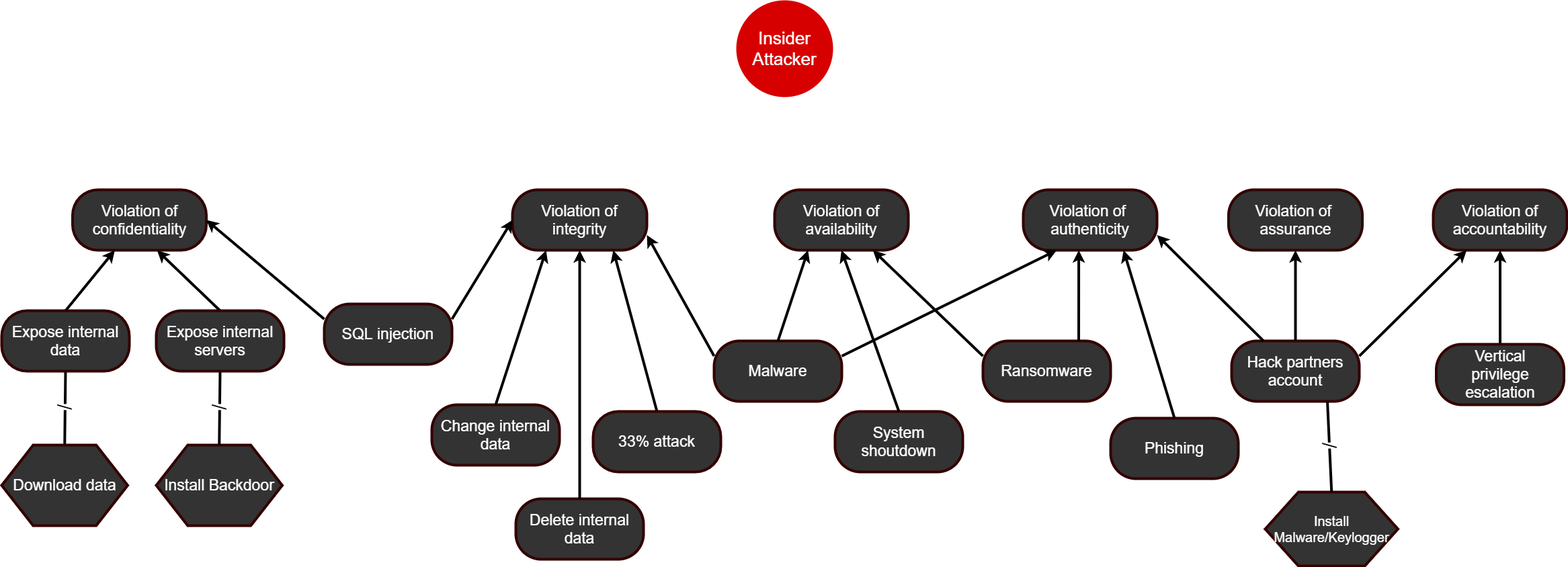
Above: png/Insider attack trees.png in marzdeveloper/SoftwareCybersecurity (draw.io), before the change. Source tidied: cells renumbered, new cells last; positions are measured from the earlier drawing's top-left corner, leaving out a move shared by most shapes.
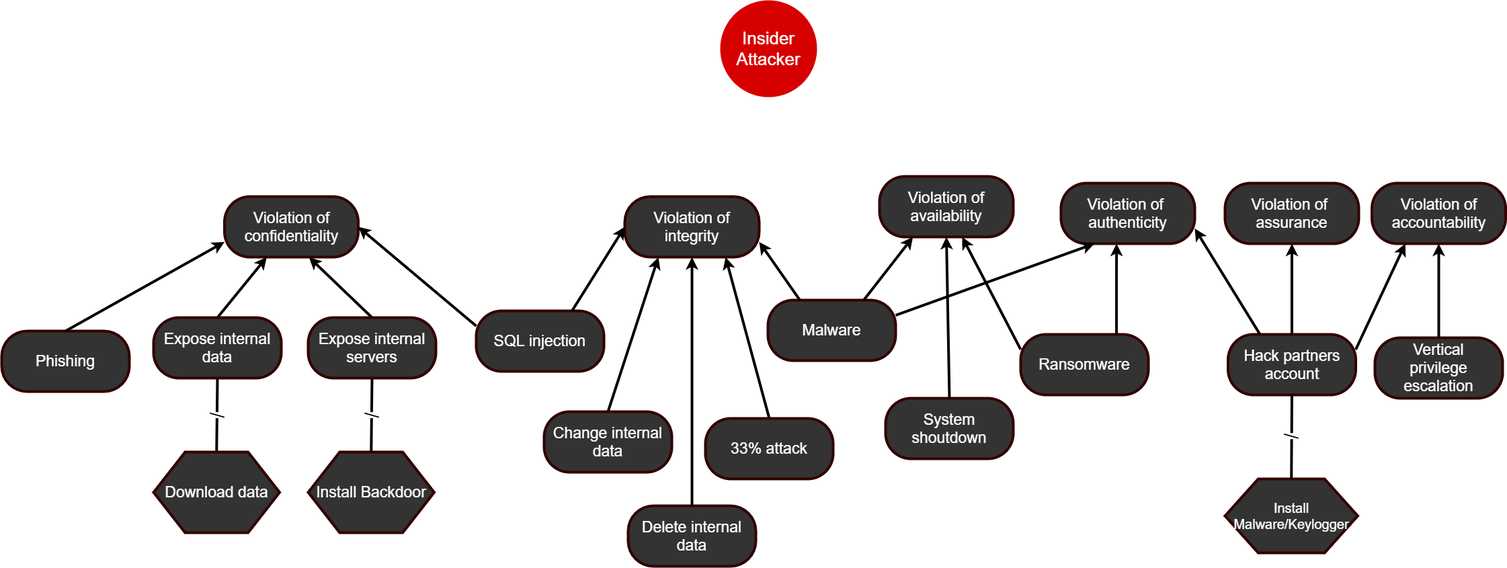
After the change.

What changed in the source:
```diff
@@ -6,16 +6,16 @@
       <mxGeometry x="1095" width="140" height="140" as="geometry" />
     </mxCell>
     <mxCell id="3" value="&lt;font color=&quot;#ffffff&quot; style=&quot;font-size: 23px&quot;&gt;Violation of confidentiality&lt;/font&gt;&lt;span style=&quot;font-family: monospace ; font-size: 0px&quot;&gt;3CmxGraphModel%3E%3Croot%3E%3CmxCell%20id%3D%220%22%2F%3E%3CmxCell%20id%3D%221%22%20parent%3D%220%22%2F%3E%3CmxCell%20id%3D%222%22%20value%3D%22%26lt%3Bfont%20color%3D%26quot%3B%23ffffff%26quot%3B%20style%3D%26quot%3Bfont-size%3A%2023px%26quot%3B%26gt%3BViolation%20of%20availability%26lt%3B%2Ffont%26gt%3B%22%20style%3D%22rounded%3D1%3BwhiteSpace%3Dwrap%3Bhtml%3D1%3BstrokeColor%3D%23330000%3BstrokeWidth%3D4%3BfillColor%3D%23333333%3BgradientColor%3Dnone%3BarcSize%3D42%3B%22%20vertex%3D%221%22%20parent%3D%221%22%3E%3CmxGeometry%20x%3D%22530%22%20y%3D%22260%22%20width%3D%22199%22%20height%3D%2290%22%20as%3D%22geometry%22%2F%3E%3C%2FmxCell%3E%3C%2Froot%3E%3C%2FmxGraphModel%3E&lt;/span&gt;" style="rounded=1;whiteSpace=wrap;html=1;strokeColor=#330000;strokeWidth=4;fillColor=#333333;gradientColor=none;arcSize=42;" parent="1" vertex="1">
-      <mxGeometry x="105.5" y="280" width="199" height="90" as="geometry" />
+      <mxGeometry x="355.5" y="290" width="199" height="90" as="geometry" />
     </mxCell>
     <mxCell id="4" value="&lt;font color=&quot;#ffffff&quot; style=&quot;font-size: 23px&quot;&gt;Violation of integrity&lt;/font&gt;&lt;span style=&quot;font-family: monospace ; font-size: 0px&quot;&gt;%3CmxGraphModel%3E%3Croot%3E%3CmxCell%20id%3D%220%22%2F%3E%3CmxCell%20id%3D%221%22%20parent%3D%220%22%2F%3E%3CmxCell%20id%3D%222%22%20value%3D%22%26lt%3Bfont%20color%3D%26quot%3B%23ffffff%26quot%3B%20style%3D%26quot%3Bfont-size%3A%2023px%26quot%3B%26gt%3BViolation%20of%20availability%26lt%3B%2Ffont%26gt%3B%22%20style%3D%22rounded%3D1%3BwhiteSpace%3Dwrap%3Bhtml%3D1%3BstrokeColor%3D%23330000%3BstrokeWidth%3D4%3BfillColor%3D%23333333%3BgradientColor%3Dnone%3BarcSize%3D42%3B%22%20vertex%3D%221%22%20parent%3D%221%22%3E%3CmxGeometry%20x%3D%22530%22%20y%3D%22260%22%20width%3D%22199%22%20height%3D%2290%22%20as%3D%22geometry%22%2F%3E%3C%2FmxCell%3E%3C%2Froot%3E%3C%2FmxGraphModel%3E&lt;/span&gt;" style="rounded=1;whiteSpace=wrap;html=1;strokeColor=#330000;strokeWidth=4;fillColor=#333333;gradientColor=none;arcSize=42;" parent="1" vertex="1">
-      <mxGeometry x="760" y="280" width="200" height="90" as="geometry" />
+      <mxGeometry x="951" y="290" width="200" height="90" as="geometry" />
     </mxCell>
     <mxCell id="5" value="&lt;font color=&quot;#ffffff&quot; style=&quot;font-size: 23px&quot;&gt;Violation of accountability&lt;/font&gt;" style="rounded=1;whiteSpace=wrap;html=1;strokeColor=#330000;strokeWidth=4;fillColor=#333333;gradientColor=none;arcSize=42;" parent="1" vertex="1">
-      <mxGeometry x="2130" y="280" width="199" height="90" as="geometry" />
+      <mxGeometry x="2062.5" y="270" width="199" height="90" as="geometry" />
     </mxCell>
     <mxCell id="6" value="&lt;font color=&quot;#ffffff&quot;&gt;&lt;span style=&quot;font-size: 23px&quot;&gt;Hack partners account&lt;/span&gt;&lt;/font&gt;" style="rounded=1;whiteSpace=wrap;html=1;strokeColor=#330000;strokeWidth=4;fillColor=#333333;gradientColor=none;arcSize=42;" parent="1" vertex="1">
-      <mxGeometry x="1830" y="505" width="190" height="90" as="geometry" />
+      <mxGeometry x="1848.5" y="495" width="190" height="90" as="geometry" />
     </mxCell>
     <mxCell id="7" style="endArrow=classic;html=1;strokeColor=#000000;strokeWidth=4;fontColor=#FFD966;exitX=1;exitY=0.25;exitDx=0;exitDy=0;entryX=0.25;entryY=1;entryDx=0;entryDy=0;" parent="1" edge="1" source="6" target="5">
       <mxGeometry relative="1" as="geometry" />
@@ -33,13 +33,13 @@
       <mxGeometry relative="1" as="geometry" />
     </mxCell>
     <mxCell id="12" value="&lt;font color=&quot;#ffffff&quot;&gt;&lt;span style=&quot;font-size: 23px&quot;&gt;Delete internal data&lt;/span&gt;&lt;/font&gt;" style="rounded=1;whiteSpace=wrap;html=1;strokeColor=#330000;strokeWidth=4;fillColor=#333333;gradientColor=none;arcSize=42;" parent="1" vertex="1">
-      <mxGeometry x="765" y="740" width="190" height="90" as="geometry" />
+      <mxGeometry x="956" y="750" width="190" height="90" as="geometry" />
     </mxCell>
     <mxCell id="13" style="endArrow=classic;html=1;strokeColor=#000000;strokeWidth=4;fontColor=#FFD966;exitX=0.5;exitY=0;exitDx=0;exitDy=0;entryX=0.5;entryY=1;entryDx=0;entryDy=0;" parent="1" edge="1" source="12" target="4">
       <mxGeometry relative="1" as="geometry" />
     </mxCell>
     <mxCell id="14" value="&lt;font style=&quot;font-size: 23px&quot;&gt;Install Backdoor&lt;/font&gt;" style="shape=hexagon;perimeter=hexagonPerimeter2;whiteSpace=wrap;html=1;fillColor=#333333;fontColor=#FFFFFF;rounded=0;strokeWidth=4;strokeColor=#330000;" parent="1" vertex="1">
-      <mxGeometry x="230" y="660" width="187.5" height="120" as="geometry" />
+      <mxGeometry x="480" y="670" width="187.5" height="120" as="geometry" />
     </mxCell>
     <mxCell id="15" value="/" style="endArrow=none;html=1;fontColor=#000000;exitX=0.5;exitY=0;exitDx=0;exitDy=0;entryX=0.5;entryY=1;entryDx=0;entryDy=0;strokeWidth=4;horizontal=0;fontSize=30;" parent="1" edge="1" source="37" target="36">
       <mxGeometry relative="1" as="geometry" />
@@ -48,19 +48,19 @@
       <mxGeometry relative="1" as="geometry" />
     </mxCell>
     <mxCell id="17" value="&lt;font style=&quot;font-size: 20px&quot;&gt;Install Malware/Keylogger&lt;/font&gt;" style="shape=hexagon;perimeter=hexagonPerimeter2;whiteSpace=wrap;html=1;fillColor=#333333;fontColor=#FFFFFF;rounded=0;strokeWidth=4;strokeColor=#330000;horizontal=1;verticalAlign=middle;labelPosition=center;verticalLabelPosition=middle;align=center;" parent="1" vertex="1">
-      <mxGeometry x="1880" y="730" width="197.5" height="110" as="geometry" />
+      <mxGeometry x="1844" y="710" width="197.5" height="110" as="geometry" />
     </mxCell>
-    <mxCell id="18" value="/" style="endArrow=none;html=1;fontColor=#000000;exitX=0.5;exitY=0;exitDx=0;exitDy=0;strokeWidth=4;horizontal=0;fontSize=30;entryX=0.75;entryY=1;entryDx=0;entryDy=0;" parent="1" edge="1" source="17" target="6">
+    <mxCell id="18" value="/" style="endArrow=none;html=1;fontColor=#000000;exitX=0.5;exitY=0;exitDx=0;exitDy=0;strokeWidth=4;horizontal=0;fontSize=30;entryX=0.5;entryY=1;entryDx=0;entryDy=0;" parent="1" edge="1" source="17" target="6">
       <mxGeometry relative="1" as="geometry" />
     </mxCell>
     <mxCell id="19" value="&lt;font color=&quot;#ffffff&quot; style=&quot;font-size: 23px&quot;&gt;Violation of availability&lt;/font&gt;&lt;span style=&quot;font-family: monospace ; font-size: 0px&quot;&gt;3CmxGraphModel%3E%3Croot%3E%3CmxCell%20id%3D%220%22%2F%3E%3CmxCell%20id%3D%221%22%20parent%3D%220%22%2F%3E%3CmxCell%20id%3D%222%22%20value%3D%22%26lt%3Bfont%20color%3D%26quot%3B%23ffffff%26quot%3B%20style%3D%26quot%3Bfont-size%3A%2023px%26quot%3B%26gt%3BViolation%20of%20availability%26lt%3B%2Ffont%26gt%3B%22%20style%3D%22rounded%3D1%3BwhiteSpace%3Dwrap%3Bhtml%3D1%3BstrokeColor%3D%23330000%3BstrokeWidth%3D4%3BfillColor%3D%23333333%3BgradientColor%3Dnone%3BarcSize%3D42%3B%22%20vertex%3D%221%22%20parent%3D%221%22%3E%3CmxGeometry%20x%3D%22530%22%20y%3D%22260%22%20width%3D%22199%22%20height%3D%2290%22%20as%3D%22geometry%22%2F%3E%3C%2FmxCell%3E%3C%2Froot%3E%3C%2FmxGraphModel%3E&lt;/span&gt;" style="rounded=1;whiteSpace=wrap;html=1;strokeColor=#330000;strokeWidth=4;fillColor=#333333;gradientColor=none;arcSize=42;" parent="1" vertex="1">
-      <mxGeometry x="1150" y="280" width="199" height="90" as="geometry" />
+      <mxGeometry x="1330" y="260" width="199" height="90" as="geometry" />
     </mxCell>
     <mxCell id="20" value="&lt;font color=&quot;#ffffff&quot; style=&quot;font-size: 23px&quot;&gt;Violation of&amp;nbsp; authenticity&lt;/font&gt;&lt;span style=&quot;font-family: monospace ; font-size: 0px&quot;&gt;%3E%3Croot%3E%3CmxCell%20id%3D%220%22%2F%3E%3CmxCell%20id%3D%221%22%20parent%3D%220%22%2F%3E%3CmxCell%20id%3D%222%22%20value%3D%22%26lt%3Bfont%20color%3D%26quot%3B%23ffffff%26quot%3B%20style%3D%26quot%3Bfont-size%3A%2023px%26quot%3B%26gt%3BViolation%20of%20availability%26lt%3B%2Ffont%26gt%3B%22%20style%3D%22rounded%3D1%3BwhiteSpace%3Dwrap%3Bhtml%3D1%3BstrokeColor%3D%23330000%3BstrokeWidth%3D4%3BfillColor%3D%23333333%3BgradientColor%3Dnone%3BarcSize%3D42%3B%22%20vertex%3D%221%22%20parent%3D%221%22%3E%3CmxGeometry%20x%3D%22530%22%20y%3D%22260%22%20width%3D%22199%22%20height%3D%2290%22%20as%3D%22geometry%22%2F%3E%3C%2FmxCell%3E%3C%2Froot%3E%3C%2FmxGraphModel%3E&lt;/span&gt;" style="rounded=1;whiteSpace=wrap;html=1;strokeColor=#330000;strokeWidth=4;fillColor=#333333;gradientColor=none;arcSize=42;" parent="1" vertex="1">
-      <mxGeometry x="1520" y="280" width="199" height="90" as="geometry" />
+      <mxGeometry x="1600" y="270" width="199" height="90" as="geometry" />
     </mxCell>
     <mxCell id="21" value="&lt;font color=&quot;#ffffff&quot; style=&quot;font-size: 23px&quot;&gt;Violation of&amp;nbsp; assurance&lt;/font&gt;" style="rounded=1;whiteSpace=wrap;html=1;strokeColor=#330000;strokeWidth=4;fillColor=#333333;gradientColor=none;arcSize=42;" parent="1" vertex="1">
-      <mxGeometry x="1825.5" y="280" width="199" height="90" as="geometry" />
+      <mxGeometry x="1844" y="270" width="199" height="90" as="geometry" />
     </mxCell>
     <mxCell id="22" style="endArrow=classic;html=1;strokeColor=#000000;strokeWidth=4;fontColor=#FFD966;exitX=0.5;exitY=0;exitDx=0;exitDy=0;entryX=0.5;entryY=1;entryDx=0;entryDy=0;" parent="1" edge="1" source="6" target="21">
       <mxGeometry relative="1" as="geometry" />
@@ -69,7 +69,7 @@
       <mxGeometry relative="1" as="geometry" />
     </mxCell>
     <mxCell id="24" value="&lt;font color=&quot;#ffffff&quot;&gt;&lt;span style=&quot;font-size: 23px&quot;&gt;System shoutdown&lt;/span&gt;&lt;/font&gt;" style="rounded=1;whiteSpace=wrap;html=1;strokeColor=#330000;strokeWidth=4;fillColor=#333333;gradientColor=none;arcSize=42;" parent="1" vertex="1">
-      <mxGeometry x="1240" y="610" width="190" height="90" as="geometry" />
+      <mxGeometry x="1339" y="590" width="190" height="90" as="geometry" />
     </mxCell>
     <mxCell id="25" style="endArrow=classic;html=1;strokeColor=#000000;strokeWidth=4;fontColor=#FFD966;exitX=0.5;exitY=0;exitDx=0;exitDy=0;entryX=0.5;entryY=1;entryDx=0;entryDy=0;" parent="1" edge="1" source="24" target="19">
       <mxGeometry relative="1" as="geometry" />
@@ -78,18 +78,18 @@
       <mxGeometry relative="1" as="geometry" />
     </mxCell>
     <mxCell id="27" value="&lt;font color=&quot;#ffffff&quot;&gt;&lt;span style=&quot;font-size: 23px&quot;&gt;Malware&lt;br&gt;&lt;/span&gt;&lt;/font&gt;" style="rounded=1;whiteSpace=wrap;html=1;strokeColor=#330000;strokeWidth=4;fillColor=#333333;gradientColor=none;arcSize=42;" parent="1" vertex="1">
-      <mxGeometry x="1060" y="505" width="190" height="90" as="geometry" />
+      <mxGeometry x="1164" y="444" width="190" height="90" as="geometry" />
     </mxCell>
     <mxCell id="28" value="&lt;span style=&quot;color: rgb(255 , 255 , 255) ; font-size: 23px&quot;&gt;Ransomware&lt;/span&gt;&lt;font color=&quot;#ffffff&quot;&gt;&lt;span style=&quot;font-size: 23px&quot;&gt;&lt;br&gt;&lt;/span&gt;&lt;/font&gt;" style="rounded=1;whiteSpace=wrap;html=1;strokeColor=#330000;strokeWidth=4;fillColor=#333333;gradientColor=none;arcSize=42;" parent="1" vertex="1">
-      <mxGeometry x="1460" y="505" width="190" height="90" as="geometry" />
+      <mxGeometry x="1540" y="495" width="190" height="90" as="geometry" />
     </mxCell>
     <mxCell id="29" value="&lt;span style=&quot;color: rgb(255 , 255 , 255) ; font-size: 23px&quot;&gt;Phishing&lt;/span&gt;&lt;font color=&quot;#ffffff&quot;&gt;&lt;span style=&quot;font-size: 23px&quot;&gt;&lt;br&gt;&lt;/span&gt;&lt;/font&gt;" style="rounded=1;whiteSpace=wrap;html=1;strokeColor=#330000;strokeWidth=4;fillColor=#333333;gradientColor=none;arcSize=42;" parent="1" vertex="1">
-      <mxGeometry x="1650" y="620" width="190" height="90" as="geometry" />
+      <mxGeometry x="24" y="490" width="190" height="90" as="geometry" />
     </mxCell>
-    <mxCell id="30" style="endArrow=classic;html=1;strokeColor=#000000;strokeWidth=4;fontColor=#FFD966;entryX=0.25;entryY=1;entryDx=0;entryDy=0;exitX=0.5;exitY=0;exitDx=0;exitDy=0;" parent="1" edge="1" source="27" target="19">
+    <mxCell id="30" style="endArrow=classic;html=1;strokeColor=#000000;strokeWidth=4;fontColor=#FFD966;entryX=0.25;entryY=1;entryDx=0;entryDy=0;exitX=0.75;exitY=0;exitDx=0;exitDy=0;" parent="1" edge="1" source="27" target="19">
       <mxGeometry relative="1" as="geometry" />
     </mxCell>
-    <mxCell id="31" style="endArrow=classic;html=1;strokeColor=#000000;strokeWidth=4;fontColor=#FFD966;exitX=0;exitY=0.25;exitDx=0;exitDy=0;entryX=1;entryY=0.75;entryDx=0;entryDy=0;" parent="1" edge="1" source="27" target="4">
+    <mxCell id="31" style="endArrow=classic;html=1;strokeColor=#000000;strokeWidth=4;fontColor=#FFD966;entryX=1;entryY=0.75;entryDx=0;entryDy=0;exitX=0.25;exitY=0;exitDx=0;exitDy=0;" parent="1" edge="1" source="27" target="4">
       <mxGeometry relative="1" as="geometry" />
     </mxCell>
     <mxCell id="32" style="endArrow=classic;html=1;strokeColor=#000000;strokeWidth=4;fontColor=#FFD966;entryX=0.25;entryY=1;entryDx=0;entryDy=0;exitX=1;exitY=0.25;exitDx=0;exitDy=0;" parent="1" edge="1" source="27" target="20">
@@ -102,30 +102,30 @@
       <mxGeometry relative="1" as="geometry" />
     </mxCell>
     <mxCell id="35" value="&lt;span style=&quot;font-size: 23px&quot;&gt;&lt;font color=&quot;#ffffff&quot;&gt;Vertical&lt;br&gt;privilege escalation&lt;/font&gt;&lt;/span&gt;" style="rounded=1;whiteSpace=wrap;html=1;strokeColor=#330000;strokeWidth=4;fillColor=#333333;gradientColor=none;arcSize=42;" parent="1" vertex="1">
-      <mxGeometry x="2134.5" y="510" width="190" height="90" as="geometry" />
+      <mxGeometry x="2067" y="500" width="190" height="90" as="geometry" />
     </mxCell>
     <mxCell id="36" value="&lt;font color=&quot;#ffffff&quot;&gt;&lt;span style=&quot;font-size: 23px&quot;&gt;Expose internal data&lt;/span&gt;&lt;/font&gt;" style="rounded=1;whiteSpace=wrap;html=1;strokeColor=#330000;strokeWidth=4;fillColor=#333333;gradientColor=none;arcSize=42;" parent="1" vertex="1">
-      <mxGeometry y="460" width="190" height="90" as="geometry" />
+      <mxGeometry x="250" y="470" width="190" height="90" as="geometry" />
     </mxCell>
     <mxCell id="37" value="&lt;font style=&quot;font-size: 23px&quot;&gt;Download data&lt;/font&gt;" style="shape=hexagon;perimeter=hexagonPerimeter2;whiteSpace=wrap;html=1;fillColor=#333333;fontColor=#FFFFFF;rounded=0;strokeWidth=4;strokeColor=#330000;" parent="1" vertex="1">
-      <mxGeometry y="660" width="187.5" height="120" as="geometry" />
+      <mxGeometry x="250" y="670" width="187.5" height="120" as="geometry" />
     </mxCell>
-    <mxCell id="38" style="endArrow=classic;html=1;strokeColor=#000000;strokeWidth=4;fontColor=#FFD966;entryX=0.75;entryY=1;entryDx=0;entryDy=0;exitX=0.5;exitY=0;exitDx=0;exitDy=0;" parent="1" edge="1" source="29" target="20">
+    <mxCell id="38" style="endArrow=classic;html=1;strokeColor=#000000;strokeWidth=4;fontColor=#FFD966;entryX=0;entryY=0.75;entryDx=0;entryDy=0;exitX=0.5;exitY=0;exitDx=0;exitDy=0;" parent="1" edge="1" source="29" target="3">
       <mxGeometry relative="1" as="geometry" />
     </mxCell>
     <mxCell id="39" value="&lt;font color=&quot;#ffffff&quot;&gt;&lt;span style=&quot;font-size: 23px&quot;&gt;Change internal data&lt;/span&gt;&lt;/font&gt;" style="rounded=1;whiteSpace=wrap;html=1;strokeColor=#330000;strokeWidth=4;fillColor=#333333;gradientColor=none;arcSize=42;" parent="1" vertex="1">
-      <mxGeometry x="640" y="600" width="190" height="90" as="geometry" />
+      <mxGeometry x="831" y="610" width="190" height="90" as="geometry" />
     </mxCell>
     <mxCell id="40" value="&lt;font color=&quot;#ffffff&quot;&gt;&lt;span style=&quot;font-size: 23px&quot;&gt;Expose internal servers&lt;/span&gt;&lt;/font&gt;" style="rounded=1;whiteSpace=wrap;html=1;strokeColor=#330000;strokeWidth=4;fillColor=#333333;gradientColor=none;arcSize=42;" parent="1" vertex="1">
-      <mxGeometry x="230" y="460" width="190" height="90" as="geometry" />
+      <mxGeometry x="480" y="470" width="190" height="90" as="geometry" />
     </mxCell>
     <mxCell id="41" value="&lt;font color=&quot;#ffffff&quot;&gt;&lt;span style=&quot;font-size: 23px&quot;&gt;33% attack&lt;/span&gt;&lt;/font&gt;" style="rounded=1;whiteSpace=wrap;html=1;strokeColor=#330000;strokeWidth=4;fillColor=#333333;gradientColor=none;arcSize=42;" parent="1" vertex="1">
-      <mxGeometry x="880" y="610" width="190" height="90" as="geometry" />
+      <mxGeometry x="1071" y="620" width="190" height="90" as="geometry" />
     </mxCell>
     <mxCell id="42" value="&lt;font color=&quot;#ffffff&quot;&gt;&lt;span style=&quot;font-size: 23px&quot;&gt;SQL injection&lt;br&gt;&lt;/span&gt;&lt;/font&gt;" style="rounded=1;whiteSpace=wrap;html=1;strokeColor=#330000;strokeWidth=4;fillColor=#333333;gradientColor=none;arcSize=42;" parent="1" vertex="1">
-      <mxGeometry x="480" y="450" width="190" height="90" as="geometry" />
+      <mxGeometry x="730" y="460" width="190" height="90" as="geometry" />
     </mxCell>
-    <mxCell id="43" style="endArrow=classic;html=1;strokeColor=#000000;strokeWidth=4;fontColor=#FFD966;exitX=1;exitY=0.25;exitDx=0;exitDy=0;entryX=0;entryY=0.5;entryDx=0;entryDy=0;" parent="1" edge="1" source="42" target="4">
+    <mxCell id="43" style="endArrow=classic;html=1;strokeColor=#000000;strokeWidth=4;fontColor=#FFD966;exitX=0.75;exitY=0;exitDx=0;exitDy=0;entryX=0;entryY=0.5;entryDx=0;entryDy=0;" parent="1" edge="1" source="42" target="4">
       <mxGeometry relative="1" as="geometry" />
     </mxCell>
     <mxCell id="44" style="endArrow=classic;html=1;strokeColor=#000000;strokeWidth=4;fontColor=#FFD966;entryX=1;entryY=0.5;entryDx=0;entryDy=0;exitX=0;exitY=0.25;exitDx=0;exitDy=0;" parent="1" edge="1" source="42" target="3">
```
